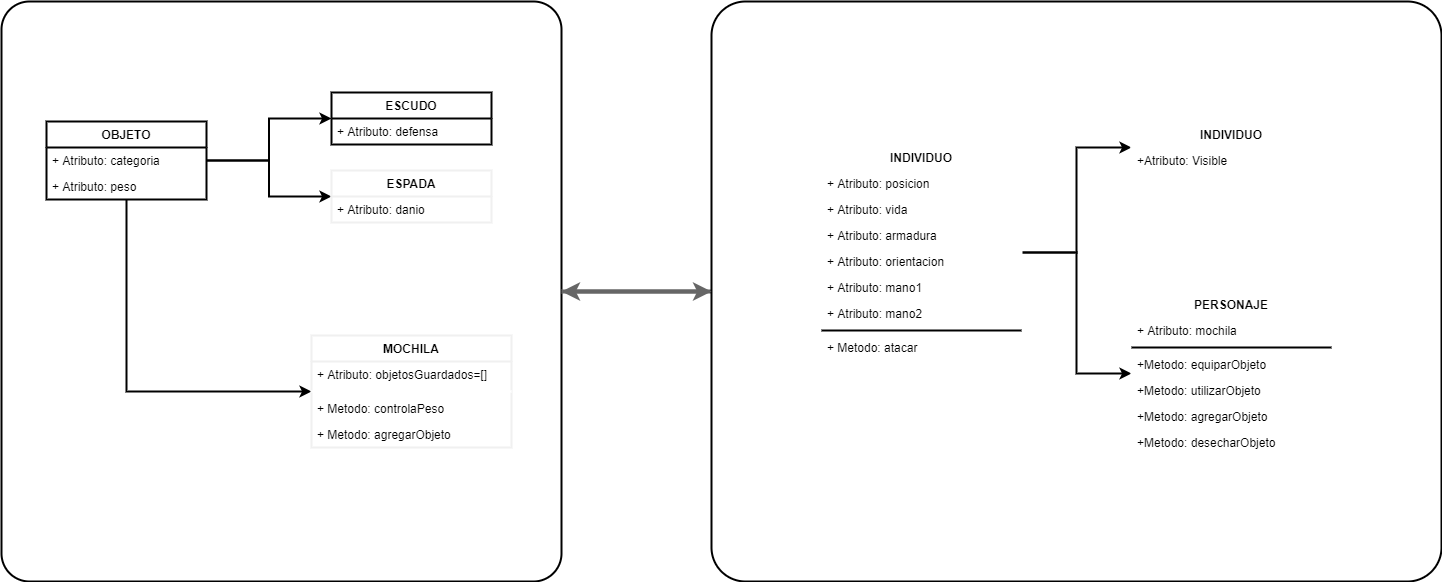
algo1unsam/2021s1-tp-grupal-juego-recursa3 keeps this draw.io diagram as picture/presentacion/tp_algo1.drawio.png. Above is the earlier version. Source tidied: cells renumbered, new cells last; positions are measured from the earlier drawing's top-left corner, leaving out a move shared by most shapes.
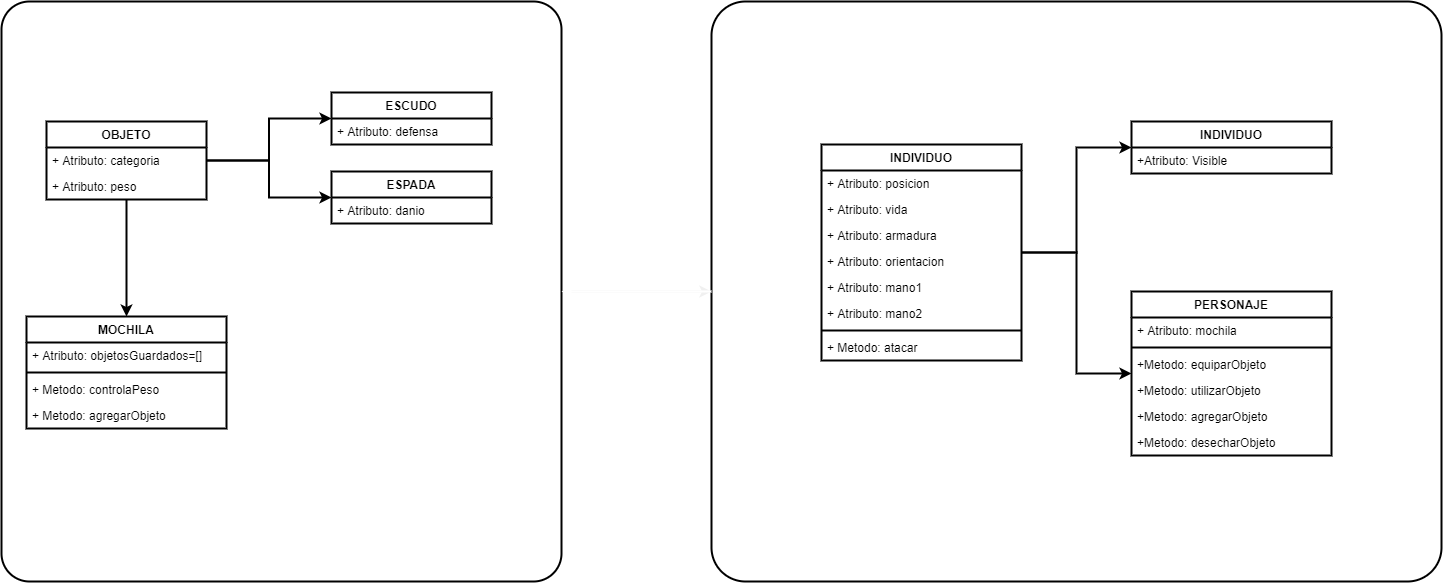
Later version of the same file.

Commit message:
se modifica grafico

The edit, as a diff of the source:
```diff
@@ -2,30 +2,23 @@
   <root>
     <mxCell id="0" />
     <mxCell id="1" parent="0" />
+    <mxCell id="5" style="edgeStyle=orthogonalEdgeStyle;curved=0;rounded=1;sketch=0;jettySize=auto;html=1;entryX=0;entryY=0.5;entryDx=0;entryDy=0;strokeWidth=2;strokeColor=#F0F0F0;" parent="1" edge="1" source="2" target="4">
+      <mxGeometry relative="1" as="geometry" />
+    </mxCell>
     <mxCell id="2" style="rounded=1;whiteSpace=wrap;html=1;absoluteArcSize=1;arcSize=56;strokeWidth=2;" parent="1" vertex="1">
       <mxGeometry width="560" height="580" as="geometry" />
     </mxCell>
-    <mxCell id="3" style="edgeStyle=orthogonalEdgeStyle;rounded=0;jettySize=auto;html=1;strokeColor=#666666;fillColor=#f5f5f5;strokeWidth=4;" parent="1" edge="1" source="4" target="2">
-      <mxGeometry relative="1" as="geometry" />
-    </mxCell>
     <mxCell id="4" style="rounded=1;whiteSpace=wrap;html=1;absoluteArcSize=1;arcSize=68;strokeWidth=2;" parent="1" vertex="1">
       <mxGeometry x="710" width="730" height="580" as="geometry" />
     </mxCell>
-    <mxCell id="5" style="edgeStyle=orthogonalEdgeStyle;rounded=0;jettySize=auto;html=1;strokeColor=#666666;fillColor=#f5f5f5;strokeWidth=4;" parent="1" edge="1" source="2" target="4">
-      <mxGeometry relative="1" as="geometry" />
-    </mxCell>
     <mxCell id="6" style="edgeStyle=orthogonalEdgeStyle;rounded=0;jettySize=auto;html=1;entryX=0;entryY=0.5;entryDx=0;entryDy=0;strokeWidth=2;" parent="1" edge="1" source="9" target="12">
       <mxGeometry relative="1" as="geometry" />
     </mxCell>
-    <mxCell id="7" style="edgeStyle=orthogonalEdgeStyle;rounded=0;jettySize=auto;html=1;strokeWidth=2;" parent="1" edge="1" source="9" target="14">
+    <mxCell id="7" style="edgeStyle=orthogonalEdgeStyle;rounded=0;jettySize=auto;html=1;strokeWidth=2;entryX=0;entryY=0.5;entryDx=0;entryDy=0;" parent="1" edge="1" source="9" target="14">
       <mxGeometry relative="1" as="geometry" />
     </mxCell>
-    <mxCell id="8" style="edgeStyle=orthogonalEdgeStyle;rounded=0;jettySize=auto;html=1;strokeWidth=2;" parent="1" edge="1" source="9" target="36">
-      <mxGeometry relative="1" as="geometry">
-        <Array as="points">
-          <mxPoint x="125" y="390" />
-        </Array>
-      </mxGeometry>
+    <mxCell id="8" style="edgeStyle=orthogonalEdgeStyle;curved=0;rounded=1;sketch=0;jettySize=auto;html=1;strokeWidth=2;" parent="1" edge="1" source="9" target="36">
+      <mxGeometry relative="1" as="geometry" />
     </mxCell>
     <mxCell id="9" value="OBJETO" style="swimlane;fontStyle=1;align=center;verticalAlign=top;horizontal=1;startSize=26;fillColor=none;strokeWidth=2;" parent="1" vertex="1">
       <mxGeometry x="45" y="120" width="160" height="78" as="geometry" />
@@ -42,19 +35,13 @@
     <mxCell id="13" value="+ Atributo: defensa" style="text;strokeColor=none;fillColor=none;align=left;verticalAlign=top;spacingLeft=4;spacingRight=4;overflow=hidden;" parent="12" vertex="1">
       <mxGeometry y="26" width="160" height="26" as="geometry" />
     </mxCell>
-    <mxCell id="14" value="ESPADA" style="swimlane;fontStyle=1;align=center;verticalAlign=top;horizontal=1;startSize=26;fillColor=none;strokeWidth=2;strokeColor=#F0F0F0;" parent="1" vertex="1">
-      <mxGeometry x="330" y="169" width="160" height="52" as="geometry" />
-    </mxCell>
-    <mxCell id="15" value="+ Atributo: danio" style="text;strokeColor=none;fillColor=none;align=left;verticalAlign=top;spacingLeft=4;spacingRight=4;overflow=hidden;" parent="14" vertex="1">
-      <mxGeometry y="26" width="160" height="26" as="geometry" />
-    </mxCell>
     <mxCell id="16" style="edgeStyle=orthogonalEdgeStyle;rounded=0;jettySize=auto;html=1;strokeWidth=2;" parent="1" edge="1" source="18" target="27">
       <mxGeometry relative="1" as="geometry" />
     </mxCell>
     <mxCell id="17" style="edgeStyle=orthogonalEdgeStyle;rounded=0;jettySize=auto;html=1;strokeWidth=2;" parent="1" edge="1" source="18" target="29">
       <mxGeometry relative="1" as="geometry" />
     </mxCell>
-    <mxCell id="18" value="INDIVIDUO" style="swimlane;fontStyle=1;align=center;verticalAlign=top;horizontal=1;startSize=26;gradientColor=none;fillColor=none;strokeWidth=2;strokeColor=#FFFFFF;" parent="1" vertex="1">
+    <mxCell id="18" value="INDIVIDUO" style="swimlane;fontStyle=1;align=center;verticalAlign=top;horizontal=1;startSize=26;fillColor=none;strokeWidth=2;" parent="1" vertex="1">
       <mxGeometry x="820" y="143" width="200" height="216" as="geometry" />
     </mxCell>
     <mxCell id="19" value="+ Atributo: posicion" style="text;strokeColor=none;fillColor=none;align=left;verticalAlign=top;spacingLeft=4;spacingRight=4;overflow=hidden;" parent="18" vertex="1">
@@ -81,13 +68,13 @@
     <mxCell id="26" value="+ Metodo: atacar" style="text;strokeColor=none;fillColor=none;align=left;verticalAlign=top;spacingLeft=4;spacingRight=4;overflow=hidden;" parent="18" vertex="1">
       <mxGeometry y="190" width="200" height="26" as="geometry" />
     </mxCell>
-    <mxCell id="27" value="INDIVIDUO" style="swimlane;fontStyle=1;align=center;verticalAlign=top;horizontal=1;startSize=26;gradientColor=none;fillColor=none;strokeWidth=2;strokeColor=#FFFFFF;" parent="1" vertex="1">
+    <mxCell id="27" value="INDIVIDUO" style="swimlane;fontStyle=1;align=center;verticalAlign=top;horizontal=1;startSize=26;fillColor=none;strokeWidth=2;" parent="1" vertex="1">
       <mxGeometry x="1130" y="120" width="200" height="52" as="geometry" />
     </mxCell>
     <mxCell id="28" value="+Atributo: Visible" style="text;strokeColor=none;fillColor=none;align=left;verticalAlign=top;spacingLeft=4;spacingRight=4;overflow=hidden;" parent="27" vertex="1">
       <mxGeometry y="26" width="200" height="26" as="geometry" />
     </mxCell>
-    <mxCell id="29" value="PERSONAJE" style="swimlane;fontStyle=1;align=center;verticalAlign=top;horizontal=1;startSize=26;gradientColor=none;fillColor=none;strokeWidth=2;strokeColor=#FFFFFF;" parent="1" vertex="1">
+    <mxCell id="29" value="PERSONAJE" style="swimlane;fontStyle=1;align=center;verticalAlign=top;horizontal=1;startSize=26;fillColor=none;strokeWidth=2;" parent="1" vertex="1">
       <mxGeometry x="1130" y="290" width="200" height="164" as="geometry" />
     </mxCell>
     <mxCell id="30" value="+ Atributo: mochila" style="text;strokeColor=none;fillColor=none;align=left;verticalAlign=top;spacingLeft=4;spacingRight=4;overflow=hidden;" parent="29" vertex="1">
@@ -108,20 +95,29 @@
     <mxCell id="35" value="+Metodo: desecharObjeto" style="text;strokeColor=none;fillColor=none;align=left;verticalAlign=top;spacingLeft=4;spacingRight=4;overflow=hidden;" parent="29" vertex="1">
       <mxGeometry y="138" width="200" height="26" as="geometry" />
     </mxCell>
+    <mxCell id="14" value="ESPADA" style="swimlane;fontStyle=1;align=center;verticalAlign=top;horizontal=1;startSize=26;fillColor=none;strokeWidth=2;" parent="1" vertex="1">
+      <mxGeometry x="330" y="170" width="160" height="52" as="geometry" />
+    </mxCell>
+    <mxCell id="15" value="+ Atributo: danio" style="text;strokeColor=none;fillColor=none;align=left;verticalAlign=top;spacingLeft=4;spacingRight=4;overflow=hidden;strokeWidth=2;" parent="14" vertex="1">
+      <mxGeometry y="26" width="160" height="26" as="geometry" />
+    </mxCell>
-    <mxCell id="36" value="MOCHILA" style="swimlane;fontStyle=1;align=center;verticalAlign=top;horizontal=1;startSize=26;gradientColor=none;fillColor=none;strokeWidth=2;glass=0;swimlaneLine=1;shadow=0;sketch=0;strokeColor=#F0F0F0;" parent="1" vertex="1">
-      <mxGeometry x="310" y="334" width="200" height="112" as="geometry" />
+    <mxCell id="36" value="MOCHILA" style="swimlane;fontStyle=1;align=center;verticalAlign=top;horizontal=1;startSize=26;fillColor=none;strokeWidth=2;" parent="1" vertex="1">
+      <mxGeometry x="25" y="315" width="200" height="112" as="geometry" />
     </mxCell>
     <mxCell id="37" value="+ Atributo: objetosGuardados=[]" style="text;strokeColor=none;fillColor=none;align=left;verticalAlign=top;spacingLeft=4;spacingRight=4;overflow=hidden;" parent="36" vertex="1">
       <mxGeometry y="26" width="200" height="26" as="geometry" />
     </mxCell>
-    <mxCell id="38" style="line;strokeWidth=2;fillColor=none;align=left;verticalAlign=middle;spacingTop=-1;spacingLeft=3;spacingRight=3;labelPosition=right;strokeColor=#FFFFFF;" parent="36" vertex="1">
-      <mxGeometry y="52" width="200" height="8" as="geometry" />
-    </mxCell>
+    <mxCell id="41" style="line;strokeWidth=2;fillColor=none;align=left;verticalAlign=middle;spacingTop=-1;spacingLeft=3;spacingRight=3;labelPosition=right;" parent="36" vertex="1">
+      <mxGeometry y="52" width="200" height="8" as="geometry" />
+    </mxCell>
-    <mxCell id="39" value="+ Metodo: controlaPeso" style="text;strokeColor=none;fillColor=none;align=left;verticalAlign=top;spacingLeft=4;spacingRight=4;overflow=hidden;strokeWidth=2;" parent="36" vertex="1">
+    <mxCell id="39" value="+ Metodo: controlaPeso" style="text;strokeColor=none;fillColor=none;align=left;verticalAlign=top;spacingLeft=4;spacingRight=4;overflow=hidden;" parent="36" vertex="1">
       <mxGeometry y="60" width="200" height="26" as="geometry" />
     </mxCell>
     <mxCell id="40" value="+ Metodo: agregarObjeto" style="text;strokeColor=none;fillColor=none;align=left;verticalAlign=top;spacingLeft=4;spacingRight=4;overflow=hidden;" parent="36" vertex="1">
       <mxGeometry y="86" width="200" height="26" as="geometry" />
     </mxCell>
+    <mxCell id="3" style="edgeStyle=orthogonalEdgeStyle;curved=0;rounded=1;sketch=0;jettySize=auto;html=1;entryX=1;entryY=0.5;entryDx=0;entryDy=0;strokeWidth=2;strokeColor=#FFFFFF;" parent="1" edge="1" source="4" target="2">
+      <mxGeometry relative="1" as="geometry" />
+    </mxCell>
   </root>
 </mxGraphModel>
```
